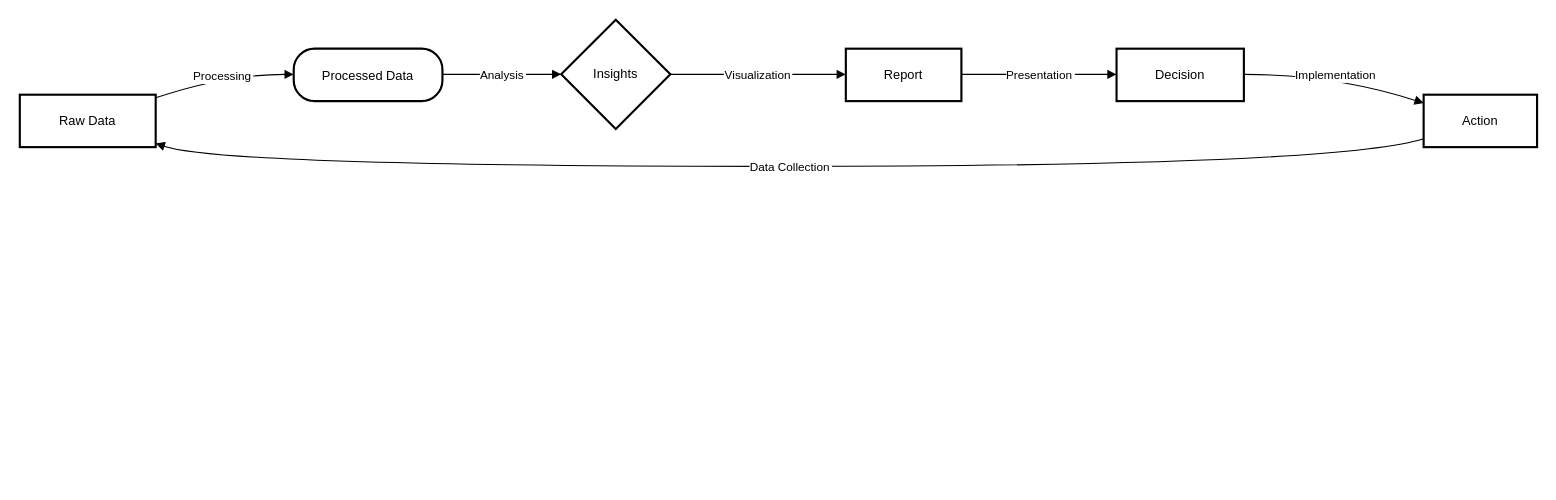
Before: Untitled Diagram.drawio in Arzhura/DaLi, a draw.io diagram. Source tidied: cells renumbered, new cells numbered last; positions are measured from the earlier drawing's top-left corner, leaving out a move shared by most shapes. Both pictures are drawn from the tidied source at 107%, with x=0, y=0 at pixel (19, 19).
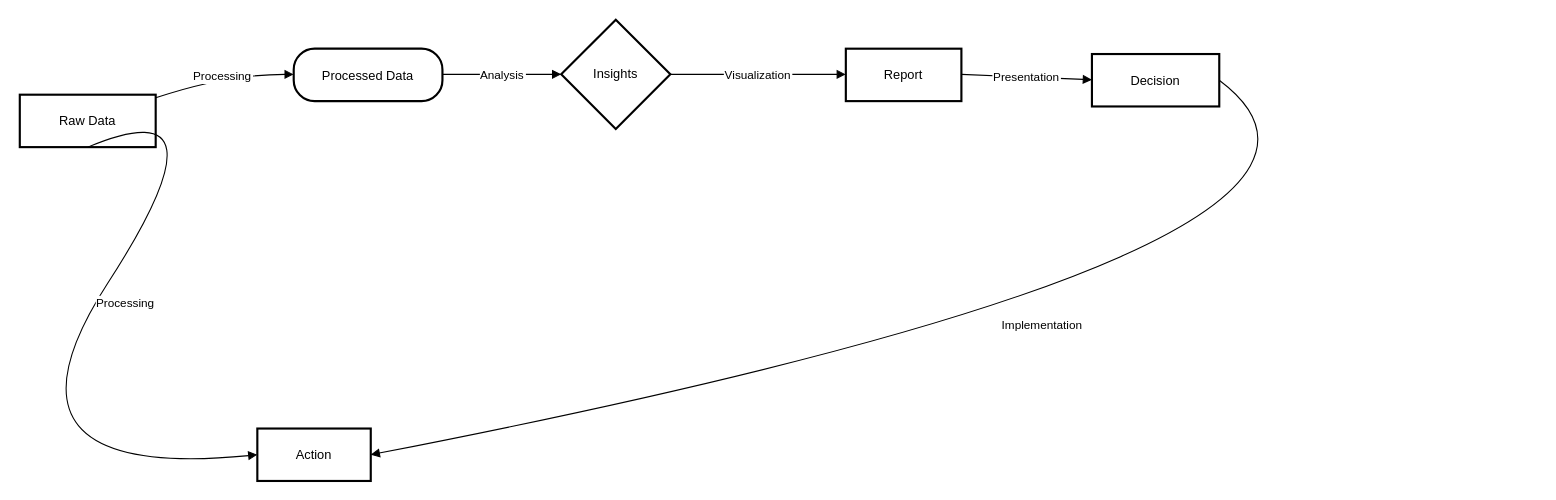
After the change.

The edit, as a diff of the source:
```diff
@@
 <mxGraphModel>
   <root>
     <mxCell id="0" />
     <mxCell id="1" parent="0" />
     <mxCell id="2" value="Raw Data" style="whiteSpace=wrap;strokeWidth=2;" parent="1" vertex="1">
       <mxGeometry y="70" width="127" height="49" as="geometry" />
     </mxCell>
     <mxCell id="3" value="Processed Data" style="rounded=1;arcSize=40;strokeWidth=2;" parent="1" vertex="1">
       <mxGeometry x="256" y="27" width="139" height="49" as="geometry" />
     </mxCell>
     <mxCell id="4" value="Insights" style="rhombus;strokeWidth=2;whiteSpace=wrap;" parent="1" vertex="1">
       <mxGeometry x="506" width="102" height="102" as="geometry" />
     </mxCell>
     <mxCell id="5" value="Report" style="whiteSpace=wrap;strokeWidth=2;" parent="1" vertex="1">
       <mxGeometry x="772" y="27" width="108" height="49" as="geometry" />
     </mxCell>
     <mxCell id="6" value="Decision" style="whiteSpace=wrap;strokeWidth=2;" parent="1" vertex="1">
-      <mxGeometry x="1025" y="27" width="119" height="49" as="geometry" />
+      <mxGeometry x="1002" y="32" width="119" height="49" as="geometry" />
     </mxCell>
     <mxCell id="7" value="Action" style="whiteSpace=wrap;strokeWidth=2;" parent="1" vertex="1">
-      <mxGeometry x="1312" y="70" width="106" height="49" as="geometry" />
+      <mxGeometry x="222" y="382" width="106" height="49" as="geometry" />
     </mxCell>
     <mxCell id="8" value="Processing" style="curved=1;startArrow=none;endArrow=block;exitX=1;exitY=0.06;entryX=0;entryY=0.49;" parent="1" edge="1" source="2" target="3">
       <mxGeometry relative="1" as="geometry">
         <Array as="points">
           <mxPoint x="192" y="51" />
         </Array>
       </mxGeometry>
     </mxCell>
     <mxCell id="9" value="Analysis" style="curved=1;startArrow=none;endArrow=block;exitX=1;exitY=0.49;entryX=0;entryY=0.5;" parent="1" edge="1" source="3" target="4">
       <mxGeometry relative="1" as="geometry" />
     </mxCell>
     <mxCell id="10" value="Visualization" style="curved=1;startArrow=none;endArrow=block;exitX=1;exitY=0.5;entryX=0;entryY=0.49;" parent="1" edge="1" source="4" target="5">
       <mxGeometry relative="1" as="geometry" />
     </mxCell>
     <mxCell id="11" value="Presentation" style="curved=1;startArrow=none;endArrow=block;exitX=1;exitY=0.49;entryX=0;entryY=0.49;" parent="1" edge="1" source="5" target="6">
       <mxGeometry relative="1" as="geometry" />
     </mxCell>
-    <mxCell id="12" value="Implementation" style="curved=1;startArrow=none;endArrow=block;exitX=1.01;exitY=0.49;entryX=0;entryY=0.16;" parent="1" edge="1" source="6" target="7">
+    <mxCell id="12" value="Implementation" style="curved=1;startArrow=none;endArrow=block;exitX=1;exitY=0.5;entryX=1;entryY=0.5;exitDx=0;exitDy=0;entryDx=0;entryDy=0;" parent="1" edge="1" source="6" target="7">
       <mxGeometry relative="1" as="geometry">
         <Array as="points">
-          <mxPoint x="1229" y="51" />
+          <mxPoint x="1329" y="212" />
         </Array>
       </mxGeometry>
     </mxCell>
-    <mxCell id="13" value="Data Collection" style="curved=1;startArrow=none;endArrow=block;exitX=0;exitY=0.84;entryX=1;entryY=0.93;" parent="1" edge="1" source="7" target="2">
-      <mxGeometry relative="1" as="geometry">
-        <Array as="points">
-          <mxPoint x="1229" y="137" />
-          <mxPoint x="192" y="137" />
-        </Array>
-      </mxGeometry>
-    </mxCell>
+    <mxCell id="14" value="Processing" style="curved=1;startArrow=none;endArrow=block;exitX=0.5;exitY=1;entryX=0;entryY=0.5;entryDx=0;entryDy=0;exitDx=0;exitDy=0;" parent="1" edge="1" source="2" target="7">
+      <mxGeometry x="-1" y="-151" relative="1" as="geometry">
+        <Array as="points">
+          <mxPoint x="202" y="61" />
+          <mxPoint x="-38" y="432" />
+        </Array>
+        <mxPoint x="-23" y="6" as="offset" />
+      </mxGeometry>
+    </mxCell>
   </root>
 </mxGraphModel>
```
